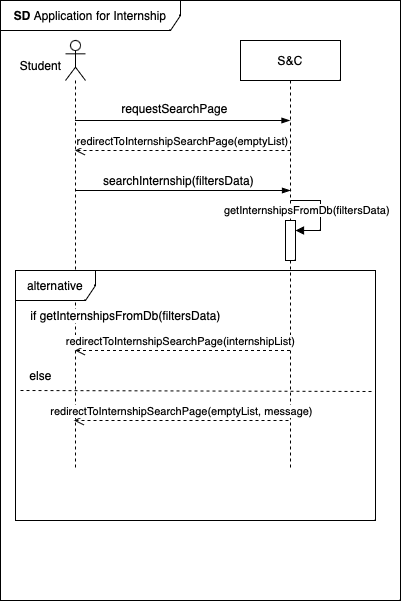
Above: RASD/Images/UseCases/InternshipSearch.drawio.png in edogriba/GribaldoRosa (draw.io), before the change. Source tidied: cells renumbered, new cells last; positions are measured from the earlier drawing's top-left corner, leaving out a move shared by most shapes. Its diagram source:
```xml
<mxGraphModel>
  <root>
    <mxCell id="0" />
    <mxCell id="1" parent="0" />
    <mxCell id="2" value="S&amp;amp;C" style="shape=umlLifeline;perimeter=lifelinePerimeter;whiteSpace=wrap;html=1;outlineConnect=0;portConstraint=eastwest;newEdgeStyle={&quot;edgeStyle&quot;:&quot;elbowEdgeStyle&quot;,&quot;elbow&quot;:&quot;vertical&quot;,&quot;curved&quot;:0,&quot;rounded&quot;:0};" parent="1" vertex="1">
      <mxGeometry x="240" y="40" width="100" height="430" as="geometry" />
    </mxCell>
    <mxCell id="3" style="shape=umlLifeline;perimeter=lifelinePerimeter;whiteSpace=wrap;html=1;outlineConnect=0;portConstraint=eastwest;newEdgeStyle={&quot;curved&quot;:0,&quot;rounded&quot;:0};participant=umlActor;" parent="1" vertex="1">
      <mxGeometry x="65" y="40" width="20" height="430" as="geometry" />
    </mxCell>
    <mxCell id="4" value="Student" style="text;html=1;align=center;verticalAlign=middle;strokeColor=none;fillColor=none;" parent="1" vertex="1">
      <mxGeometry x="10" y="50" width="60" height="30" as="geometry" />
    </mxCell>
    <mxCell id="5" style="edgeStyle=elbowEdgeStyle;fontSize=12;html=1;endArrow=blockThin;endFill=1;rounded=0;" parent="1" edge="1" source="3" target="2">
      <mxGeometry relative="1" as="geometry">
        <Array as="points">
          <mxPoint x="190" y="120" />
        </Array>
      </mxGeometry>
    </mxCell>
    <mxCell id="6" value="requestSearchPage" style="text;html=1;align=center;verticalAlign=middle;strokeColor=none;fillColor=none;" parent="1" vertex="1">
      <mxGeometry x="109" y="93" width="130" height="30" as="geometry" />
    </mxCell>
    <mxCell id="7" value="alternative" style="shape=umlFrame;whiteSpace=wrap;html=1;width=80;height=30;" parent="1" vertex="1">
      <mxGeometry x="15" y="270" width="360" height="250" as="geometry" />
    </mxCell>
    <mxCell id="8" value="&lt;b&gt;SD&lt;/b&gt;&amp;nbsp;Application for Internship" style="shape=umlFrame;whiteSpace=wrap;html=1;width=180;height=30;" parent="1" vertex="1">
      <mxGeometry width="400" height="600" as="geometry" />
    </mxCell>
    <mxCell id="9" style="endArrow=none;dashed=1;html=1;rounded=0;exitX=0.014;exitY=0.49;exitDx=0;exitDy=0;exitPerimeter=0;entryX=0.994;entryY=0.495;entryDx=0;entryDy=0;entryPerimeter=0;" parent="1" edge="1">
      <mxGeometry relative="1" as="geometry">
        <mxPoint x="20" y="390" as="sourcePoint" />
        <mxPoint x="372.8" y="391" as="targetPoint" />
      </mxGeometry>
    </mxCell>
    <mxCell id="10" value="else" style="text;html=1;align=center;verticalAlign=middle;strokeColor=none;fillColor=none;" parent="1" vertex="1">
      <mxGeometry x="15" y="360" width="50" height="30" as="geometry" />
    </mxCell>
    <mxCell id="11" value="if getInternshipsFromDb(filtersData)" style="text;html=1;align=center;verticalAlign=middle;strokeColor=none;fillColor=none;labelBackgroundColor=default;" parent="1" vertex="1">
      <mxGeometry x="20" y="300" width="210" height="30" as="geometry" />
    </mxCell>
    <mxCell id="12" value="redirectToInternshipSearchPage(emptyList, message)" style="html=1;verticalAlign=bottom;endArrow=open;dashed=1;endSize=8;curved=0;rounded=0;" parent="1" edge="1">
      <mxGeometry relative="1" as="geometry">
        <mxPoint x="288" y="420" as="sourcePoint" />
        <mxPoint x="73.4" y="420" as="targetPoint" />
      </mxGeometry>
    </mxCell>
    <mxCell id="13" value="redirectToInternshipSearchPage(emptyList)" style="html=1;verticalAlign=bottom;endArrow=open;dashed=1;endSize=8;curved=0;rounded=0;" parent="1" edge="1" target="3">
      <mxGeometry relative="1" as="geometry">
        <mxPoint x="290" y="150" as="sourcePoint" />
        <Array as="points">
          <mxPoint x="200.5" y="150" />
        </Array>
      </mxGeometry>
    </mxCell>
    <mxCell id="14" value="searchInternship(filtersData)" style="text;html=1;align=center;verticalAlign=middle;strokeColor=none;fillColor=none;" parent="1" vertex="1">
      <mxGeometry x="93" y="165" width="170" height="30" as="geometry" />
    </mxCell>
    <mxCell id="15" value="redirectToInternshipSearchPage(internshipList)" style="html=1;verticalAlign=bottom;endArrow=open;dashed=1;endSize=8;curved=0;rounded=0;" parent="1" edge="1" source="2" target="3">
      <mxGeometry x="0.02" relative="1" as="geometry">
        <Array as="points">
          <mxPoint x="211" y="350" />
        </Array>
      </mxGeometry>
    </mxCell>
    <mxCell id="16" style="edgeStyle=elbowEdgeStyle;fontSize=12;html=1;endArrow=blockThin;endFill=1;rounded=0;" parent="1" edge="1">
      <mxGeometry relative="1" as="geometry">
        <mxPoint x="75" y="190" as="sourcePoint" />
        <mxPoint x="290" y="190" as="targetPoint" />
        <Array as="points">
          <mxPoint x="190" y="190" />
        </Array>
      </mxGeometry>
    </mxCell>
    <mxCell id="17" style="html=1;points=[[0,0,0,0,5],[0,1,0,0,-5],[1,0,0,0,5],[1,1,0,0,-5]];perimeter=orthogonalPerimeter;outlineConnect=0;targetShapes=umlLifeline;portConstraint=eastwest;newEdgeStyle={&quot;curved&quot;:0,&quot;rounded&quot;:0};" parent="1" vertex="1">
      <mxGeometry x="285" y="220" width="10" height="40" as="geometry" />
    </mxCell>
    <mxCell id="18" value="getInternshipsFromDb(filtersData)" style="html=1;align=left;spacingLeft=2;endArrow=block;rounded=0;edgeStyle=orthogonalEdgeStyle;curved=0;rounded=0;" parent="1" edge="1" target="17">
      <mxGeometry x="-1" y="-71" relative="1" as="geometry">
        <mxPoint x="290" y="200" as="sourcePoint" />
        <Array as="points">
          <mxPoint x="320" y="230" />
        </Array>
        <mxPoint x="-70" y="-61" as="offset" />
      </mxGeometry>
    </mxCell>
  </root>
</mxGraphModel>
```
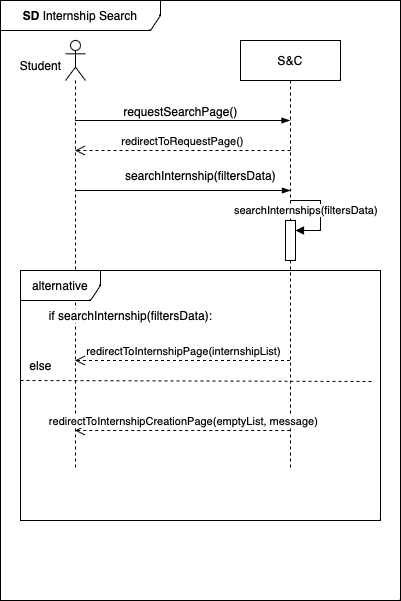
The same diagram one commit later.

The edit, as a diff of the source:
```diff
@@ -18,34 +18,35 @@
         </Array>
       </mxGeometry>
     </mxCell>
-    <mxCell id="6" value="requestSearchPage" style="text;html=1;align=center;verticalAlign=middle;strokeColor=none;fillColor=none;" parent="1" vertex="1">
-      <mxGeometry x="109" y="93" width="130" height="30" as="geometry" />
+    <mxCell id="6" value="requestSearchPage()" style="text;html=1;align=center;verticalAlign=middle;strokeColor=none;fillColor=none;" parent="1" vertex="1">
+      <mxGeometry x="110" y="96" width="140" height="30" as="geometry" />
     </mxCell>
-    <mxCell id="7" value="alternative" style="shape=umlFrame;whiteSpace=wrap;html=1;width=80;height=30;" parent="1" vertex="1">
-      <mxGeometry x="15" y="270" width="360" height="250" as="geometry" />
-    </mxCell>
-    <mxCell id="8" value="&lt;b&gt;SD&lt;/b&gt;&amp;nbsp;Application for Internship" style="shape=umlFrame;whiteSpace=wrap;html=1;width=180;height=30;" parent="1" vertex="1">
+    <mxCell id="8" value="&lt;b&gt;SD&lt;/b&gt;&amp;nbsp;Internship Search" style="shape=umlFrame;whiteSpace=wrap;html=1;width=160;height=30;" parent="1" vertex="1">
       <mxGeometry width="400" height="600" as="geometry" />
     </mxCell>
     <mxCell id="9" style="endArrow=none;dashed=1;html=1;rounded=0;exitX=0.014;exitY=0.49;exitDx=0;exitDy=0;exitPerimeter=0;entryX=0.994;entryY=0.495;entryDx=0;entryDy=0;entryPerimeter=0;" parent="1" edge="1">
       <mxGeometry relative="1" as="geometry">
-        <mxPoint x="20" y="390" as="sourcePoint" />
-        <mxPoint x="372.8" y="391" as="targetPoint" />
+        <mxPoint x="20" y="380" as="sourcePoint" />
+        <mxPoint x="372.8" y="381" as="targetPoint" />
       </mxGeometry>
     </mxCell>
     <mxCell id="10" value="else" style="text;html=1;align=center;verticalAlign=middle;strokeColor=none;fillColor=none;" parent="1" vertex="1">
-      <mxGeometry x="15" y="360" width="50" height="30" as="geometry" />
+      <mxGeometry x="15" y="350" width="50" height="30" as="geometry" />
     </mxCell>
-    <mxCell id="11" value="if getInternshipsFromDb(filtersData)" style="text;html=1;align=center;verticalAlign=middle;strokeColor=none;fillColor=none;labelBackgroundColor=default;" parent="1" vertex="1">
-      <mxGeometry x="20" y="300" width="210" height="30" as="geometry" />
+    <mxCell id="11" value="if searchInternship(filtersData):" style="text;html=1;align=center;verticalAlign=middle;strokeColor=none;fillColor=none;labelBackgroundColor=default;" parent="1" vertex="1">
+      <mxGeometry x="35" y="300" width="190" height="30" as="geometry" />
     </mxCell>
+    <mxCell id="19" value="redirectToInternshipPage(internshipList)" style="html=1;verticalAlign=bottom;endArrow=open;dashed=1;endSize=8;curved=0;rounded=0;" parent="1" edge="1" target="3">
+      <mxGeometry relative="1" as="geometry">
+        <mxPoint x="289.5" y="360" as="sourcePoint" />
+      </mxGeometry>
+    </mxCell>
-    <mxCell id="12" value="redirectToInternshipSearchPage(emptyList, message)" style="html=1;verticalAlign=bottom;endArrow=open;dashed=1;endSize=8;curved=0;rounded=0;" parent="1" edge="1">
+    <mxCell id="12" value="redirectToInternshipCreationPage(emptyList, message)" style="html=1;verticalAlign=bottom;endArrow=open;dashed=1;endSize=8;curved=0;rounded=0;" parent="1" edge="1" target="3">
       <mxGeometry relative="1" as="geometry">
-        <mxPoint x="288" y="420" as="sourcePoint" />
-        <mxPoint x="73.4" y="420" as="targetPoint" />
+        <mxPoint x="289.8" y="430" as="sourcePoint" />
       </mxGeometry>
     </mxCell>
-    <mxCell id="13" value="redirectToInternshipSearchPage(emptyList)" style="html=1;verticalAlign=bottom;endArrow=open;dashed=1;endSize=8;curved=0;rounded=0;" parent="1" edge="1" target="3">
+    <mxCell id="13" value="redirectToRequestPage()" style="html=1;verticalAlign=bottom;endArrow=open;dashed=1;endSize=8;curved=0;rounded=0;" parent="1" edge="1" target="3">
       <mxGeometry relative="1" as="geometry">
         <mxPoint x="290" y="150" as="sourcePoint" />
         <Array as="points">
@@ -54,15 +55,8 @@
       </mxGeometry>
     </mxCell>
     <mxCell id="14" value="searchInternship(filtersData)" style="text;html=1;align=center;verticalAlign=middle;strokeColor=none;fillColor=none;" parent="1" vertex="1">
-      <mxGeometry x="93" y="165" width="170" height="30" as="geometry" />
+      <mxGeometry x="115" y="160" width="170" height="30" as="geometry" />
     </mxCell>
-    <mxCell id="15" value="redirectToInternshipSearchPage(internshipList)" style="html=1;verticalAlign=bottom;endArrow=open;dashed=1;endSize=8;curved=0;rounded=0;" parent="1" edge="1" source="2" target="3">
-      <mxGeometry x="0.02" relative="1" as="geometry">
-        <Array as="points">
-          <mxPoint x="211" y="350" />
-        </Array>
-      </mxGeometry>
-    </mxCell>
     <mxCell id="16" style="edgeStyle=elbowEdgeStyle;fontSize=12;html=1;endArrow=blockThin;endFill=1;rounded=0;" parent="1" edge="1">
       <mxGeometry relative="1" as="geometry">
         <mxPoint x="75" y="190" as="sourcePoint" />
@@ -75,14 +69,17 @@
     <mxCell id="17" style="html=1;points=[[0,0,0,0,5],[0,1,0,0,-5],[1,0,0,0,5],[1,1,0,0,-5]];perimeter=orthogonalPerimeter;outlineConnect=0;targetShapes=umlLifeline;portConstraint=eastwest;newEdgeStyle={&quot;curved&quot;:0,&quot;rounded&quot;:0};" parent="1" vertex="1">
       <mxGeometry x="285" y="220" width="10" height="40" as="geometry" />
     </mxCell>
-    <mxCell id="18" value="getInternshipsFromDb(filtersData)" style="html=1;align=left;spacingLeft=2;endArrow=block;rounded=0;edgeStyle=orthogonalEdgeStyle;curved=0;rounded=0;" parent="1" edge="1" target="17">
-      <mxGeometry x="-1" y="-71" relative="1" as="geometry">
+    <mxCell id="18" value="searchInternships(filtersData)" style="html=1;align=left;spacingLeft=2;endArrow=block;rounded=0;edgeStyle=orthogonalEdgeStyle;curved=0;rounded=0;" parent="1" edge="1" target="17">
+      <mxGeometry x="-1" y="-61" relative="1" as="geometry">
         <mxPoint x="290" y="200" as="sourcePoint" />
         <Array as="points">
           <mxPoint x="320" y="230" />
         </Array>
-        <mxPoint x="-70" y="-61" as="offset" />
+        <mxPoint x="-60" y="-51" as="offset" />
       </mxGeometry>
     </mxCell>
+    <mxCell id="7" value="alternative" style="shape=umlFrame;whiteSpace=wrap;html=1;width=80;height=30;" parent="1" vertex="1">
+      <mxGeometry x="20" y="270" width="360" height="250" as="geometry" />
+    </mxCell>
   </root>
 </mxGraphModel>
```
